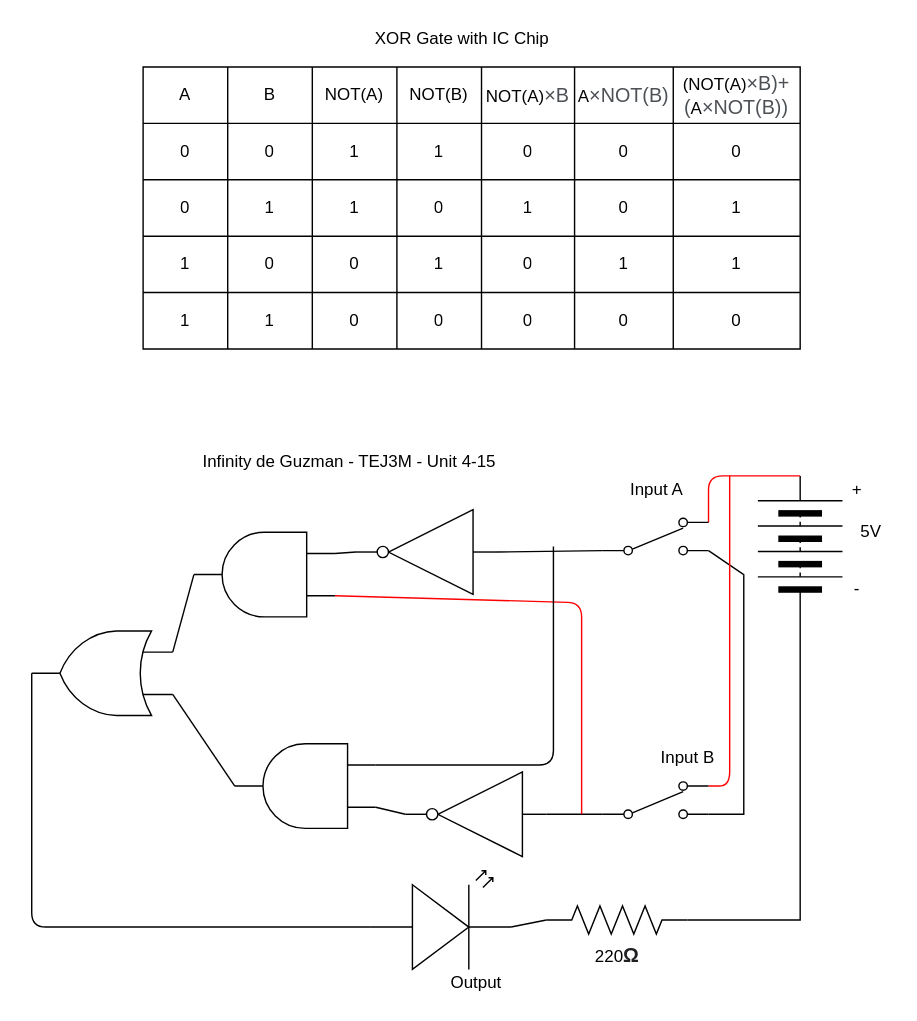
The draw.io diagram Unit4-15/Unit4-15.drawio in Infinity-deGuzman/TEJ3M-Unit-4, before the edit. Source tidied: cells renumbered, new cells numbered last; positions are measured from the earlier drawing's top-left corner, leaving out a move shared by most shapes. Both pictures are drawn from the tidied source at 141%, with x=0, y=0 at pixel (31, 24).
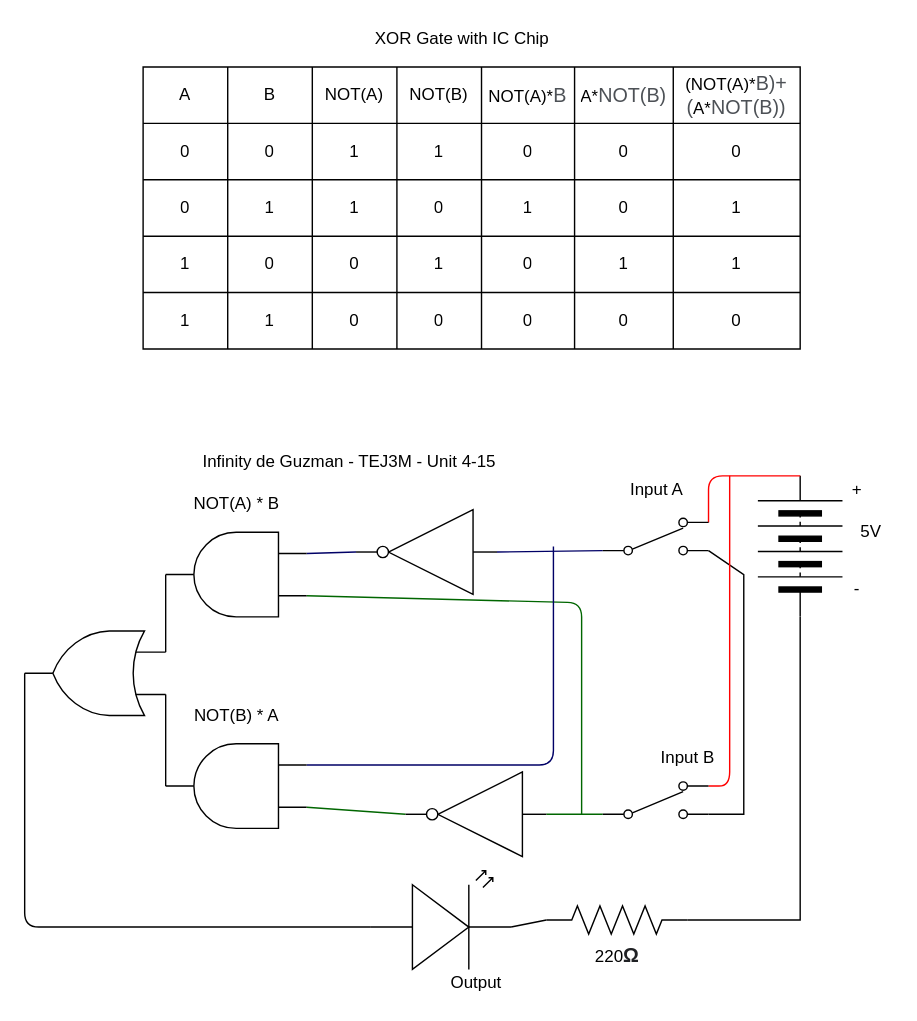
After the change.

The change refers to these unchanged cells:
```xml
<mxCell id="13" style="verticalLabelPosition=bottom;shadow=0;dashed=0;align=center;html=1;verticalAlign=top;shape=mxgraph.electrical.electro-mechanical.2-way_switch;rotation=0;" parent="1" vertex="1">
  <mxGeometry x="405" y="350" width="75" height="26" as="geometry" />
</mxCell>
<mxCell id="15" style="verticalLabelPosition=bottom;shadow=0;dashed=0;align=center;html=1;verticalAlign=top;shape=mxgraph.electrical.opto_electronics.led_2;rotation=0;" parent="1" vertex="1">
  <mxGeometry x="240" y="600" width="100" height="70" as="geometry" />
</mxCell>
<mxCell id="20" style="verticalLabelPosition=bottom;shadow=0;dashed=0;align=center;html=1;verticalAlign=top;shape=mxgraph.electrical.electro-mechanical.2-way_switch;rotation=0;" parent="1" vertex="1">
  <mxGeometry x="405" y="537" width="75" height="26" as="geometry" />
</mxCell>
<mxCell id="24" style="shape=partialRectangle;fillColor=none;top=0;left=0;bottom=0;right=0;" parent="23" vertex="1">
  <mxGeometry width="466" height="40" as="geometry" />
</mxCell>
<mxCell id="68" style="verticalLabelPosition=bottom;shadow=0;dashed=0;align=center;html=1;verticalAlign=top;shape=mxgraph.electrical.logic_gates.inverter_2;rotation=-180;" parent="1" vertex="1">
  <mxGeometry x="230" y="344" width="100" height="60" as="geometry" />
</mxCell>
<mxCell id="69" style="verticalLabelPosition=bottom;shadow=0;dashed=0;align=center;html=1;verticalAlign=top;shape=mxgraph.electrical.logic_gates.inverter_2;rotation=-180;" parent="1" vertex="1">
  <mxGeometry x="265" y="530" width="100" height="60" as="geometry" />
</mxCell>
```

Diff of the diagram source:
```diff
@@
-    <mxCell id="12" style="edgeStyle=none;html=1;exitX=0;exitY=0.885;exitDx=0;exitDy=0;exitPerimeter=0;entryX=0;entryY=0.5;entryDx=0;entryDy=0;entryPerimeter=0;endArrow=none;endFill=0;" parent="1" edge="1" source="13" target="68">
+    <mxCell id="12" style="edgeStyle=none;html=1;exitX=0;exitY=0.885;exitDx=0;exitDy=0;exitPerimeter=0;entryX=0;entryY=0.5;entryDx=0;entryDy=0;entryPerimeter=0;endArrow=none;endFill=0;strokeColor=#000066;" parent="1" edge="1" source="13" target="68">
       <mxGeometry relative="1" as="geometry" />
     </mxCell>
@@
-    <mxCell id="19" style="edgeStyle=none;html=1;exitX=0;exitY=0.885;exitDx=0;exitDy=0;exitPerimeter=0;entryX=0;entryY=0.5;entryDx=0;entryDy=0;entryPerimeter=0;endArrow=none;endFill=0;" parent="1" edge="1" source="20" target="69">
+    <mxCell id="19" style="edgeStyle=none;html=1;exitX=0;exitY=0.885;exitDx=0;exitDy=0;exitPerimeter=0;entryX=0;entryY=0.5;entryDx=0;entryDy=0;entryPerimeter=0;endArrow=none;endFill=0;strokeColor=#006600;" parent="1" edge="1" source="20" target="69">
       <mxGeometry relative="1" as="geometry" />
     </mxCell>
@@
-    <mxCell id="29" value="NOT(A)&lt;span style=&quot;color: rgb(77 , 81 , 86) ; font-family: &amp;#34;arial&amp;#34; , sans-serif ; font-size: 14px ; text-align: left ; background-color: rgb(255 , 255 , 255)&quot;&gt;×B&lt;/span&gt;" style="shape=partialRectangle;html=1;whiteSpace=wrap;overflow=hidden;fillColor=none;top=0;left=0;bottom=0;right=0;" parent="24" vertex="1">
+    <mxCell id="29" value="NOT(A)*&lt;span style=&quot;color: rgb(77 , 81 , 86) ; font-family: &amp;#34;arial&amp;#34; , sans-serif ; font-size: 14px ; text-align: left ; background-color: rgb(255 , 255 , 255)&quot;&gt;B&lt;/span&gt;" style="shape=partialRectangle;html=1;whiteSpace=wrap;overflow=hidden;fillColor=none;top=0;left=0;bottom=0;right=0;" parent="24" vertex="1">
       <mxGeometry x="240" width="66" height="40" as="geometry" />
     </mxCell>
-    <mxCell id="30" value="A&lt;span style=&quot;color: rgb(77 , 81 , 86) ; font-family: &amp;#34;arial&amp;#34; , sans-serif ; font-size: 14px ; text-align: left ; background-color: rgb(255 , 255 , 255)&quot;&gt;×NOT(B)&lt;/span&gt;" style="shape=partialRectangle;html=1;whiteSpace=wrap;overflow=hidden;fillColor=none;top=0;left=0;bottom=0;right=0;" parent="24" vertex="1">
+    <mxCell id="30" value="A*&lt;span style=&quot;color: rgb(77 , 81 , 86) ; font-family: &amp;#34;arial&amp;#34; , sans-serif ; font-size: 14px ; text-align: left ; background-color: rgb(255 , 255 , 255)&quot;&gt;NOT(B)&lt;/span&gt;" style="shape=partialRectangle;html=1;whiteSpace=wrap;overflow=hidden;fillColor=none;top=0;left=0;bottom=0;right=0;" parent="24" vertex="1">
       <mxGeometry x="306" width="70" height="40" as="geometry" />
     </mxCell>
-    <mxCell id="31" value="(NOT(A)&lt;span style=&quot;color: rgb(77 , 81 , 86) ; font-family: &amp;#34;arial&amp;#34; , sans-serif ; font-size: 14px ; text-align: left ; background-color: rgb(255 , 255 , 255)&quot;&gt;×B)+(&lt;/span&gt;A&lt;span style=&quot;color: rgb(77 , 81 , 86) ; font-family: &amp;#34;arial&amp;#34; , sans-serif ; font-size: 14px ; text-align: left ; background-color: rgb(255 , 255 , 255)&quot;&gt;×NOT(B))&lt;/span&gt;" style="shape=partialRectangle;html=1;whiteSpace=wrap;overflow=hidden;fillColor=none;top=0;left=0;bottom=0;right=0;" parent="24" vertex="1">
+    <mxCell id="31" value="(NOT(A)*&lt;span style=&quot;color: rgb(77 , 81 , 86) ; font-family: &amp;#34;arial&amp;#34; , sans-serif ; font-size: 14px ; text-align: left ; background-color: rgb(255 , 255 , 255)&quot;&gt;B)+(&lt;/span&gt;A*&lt;span style=&quot;color: rgb(77 , 81 , 86) ; font-family: &amp;#34;arial&amp;#34; , sans-serif ; font-size: 14px ; text-align: left ; background-color: rgb(255 , 255 , 255)&quot;&gt;NOT(B))&lt;/span&gt;" style="shape=partialRectangle;html=1;whiteSpace=wrap;overflow=hidden;fillColor=none;top=0;left=0;bottom=0;right=0;" parent="24" vertex="1">
       <mxGeometry x="376" width="90" height="40" as="geometry" />
     </mxCell>
@@
-    <mxCell id="64" style="edgeStyle=none;html=1;exitX=0;exitY=0.75;exitDx=0;exitDy=0;exitPerimeter=0;endArrow=none;endFill=0;strokeColor=#FF0000;" parent="1" edge="1" source="67">
+    <mxCell id="64" style="edgeStyle=none;html=1;exitX=0;exitY=0.75;exitDx=0;exitDy=0;exitPerimeter=0;endArrow=none;endFill=0;strokeColor=#006600;" parent="1" edge="1" source="67">
       <mxGeometry relative="1" as="geometry">
         <mxPoint x="390" y="560" as="targetPoint" />
         <Array as="points">
           <mxPoint x="390" y="410" />
         </Array>
       </mxGeometry>
     </mxCell>
-    <mxCell id="65" style="edgeStyle=none;html=1;exitX=0;exitY=0.25;exitDx=0;exitDy=0;exitPerimeter=0;entryX=1;entryY=0.5;entryDx=0;entryDy=0;entryPerimeter=0;endArrow=none;endFill=0;strokeColor=#000000;" parent="1" edge="1" source="67" target="68">
+    <mxCell id="65" style="edgeStyle=none;html=1;exitX=0;exitY=0.25;exitDx=0;exitDy=0;exitPerimeter=0;entryX=1;entryY=0.5;entryDx=0;entryDy=0;entryPerimeter=0;endArrow=none;endFill=0;strokeColor=#000066;" parent="1" edge="1" source="67" target="68">
       <mxGeometry relative="1" as="geometry" />
     </mxCell>
@@
     <mxCell id="67" style="verticalLabelPosition=bottom;shadow=0;dashed=0;align=center;html=1;verticalAlign=top;shape=mxgraph.electrical.logic_gates.logic_gate;operation=and;flipH=1;" parent="1" vertex="1">
-      <mxGeometry x="115" y="360" width="100" height="60" as="geometry" />
+      <mxGeometry x="95" y="360" width="100" height="60" as="geometry" />
     </mxCell>
@@
-    <mxCell id="70" style="edgeStyle=none;html=1;exitX=0;exitY=0.75;exitDx=0;exitDy=0;exitPerimeter=0;entryX=1;entryY=0.5;entryDx=0;entryDy=0;entryPerimeter=0;endArrow=none;endFill=0;strokeColor=#000000;" parent="1" edge="1" source="73" target="69">
+    <mxCell id="70" style="edgeStyle=none;html=1;exitX=0;exitY=0.75;exitDx=0;exitDy=0;exitPerimeter=0;entryX=1;entryY=0.5;entryDx=0;entryDy=0;entryPerimeter=0;endArrow=none;endFill=0;strokeColor=#006600;" parent="1" edge="1" source="73" target="69">
       <mxGeometry relative="1" as="geometry" />
     </mxCell>
-    <mxCell id="71" style="edgeStyle=none;html=1;exitX=0;exitY=0.25;exitDx=0;exitDy=0;exitPerimeter=0;endArrow=none;endFill=0;strokeColor=#000000;" parent="1" edge="1" source="73">
+    <mxCell id="71" style="edgeStyle=none;html=1;exitX=0;exitY=0.25;exitDx=0;exitDy=0;exitPerimeter=0;endArrow=none;endFill=0;strokeColor=#000066;" parent="1" edge="1" source="73">
       <mxGeometry relative="1" as="geometry">
         <mxPoint x="370" y="370" as="targetPoint" />
         <Array as="points">
           <mxPoint x="370" y="525" />
+          <mxPoint x="370" y="470" />
         </Array>
       </mxGeometry>
     </mxCell>
@@
     <mxCell id="73" style="verticalLabelPosition=bottom;shadow=0;dashed=0;align=center;html=1;verticalAlign=top;shape=mxgraph.electrical.logic_gates.logic_gate;operation=and;flipH=1;" parent="1" vertex="1">
-      <mxGeometry x="144" y="510" width="100" height="60" as="geometry" />
+      <mxGeometry x="95" y="510" width="100" height="60" as="geometry" />
     </mxCell>
     <mxCell id="74" style="edgeStyle=none;html=1;exitX=1;exitY=0.5;exitDx=0;exitDy=0;exitPerimeter=0;entryX=0;entryY=0.57;entryDx=0;entryDy=0;entryPerimeter=0;endArrow=none;endFill=0;strokeColor=#000000;" parent="1" edge="1" source="75" target="15">
       <mxGeometry relative="1" as="geometry">
         <Array as="points">
-          <mxPoint y="640" />
+          <mxPoint x="-5" y="640" />
         </Array>
       </mxGeometry>
     </mxCell>
     <mxCell id="75" style="verticalLabelPosition=bottom;shadow=0;dashed=0;align=center;html=1;verticalAlign=top;shape=mxgraph.electrical.logic_gates.logic_gate;operation=or;rotation=-180;" parent="1" vertex="1">
-      <mxGeometry y="430" width="100" height="60" as="geometry" />
+      <mxGeometry x="-5" y="430" width="100" height="60" as="geometry" />
     </mxCell>
+    <mxCell id="76" value="NOT(A) * B" style="text;html=1;align=center;verticalAlign=middle;strokeColor=none;fillColor=none;" parent="1" vertex="1">
+      <mxGeometry x="105" y="330" width="80" height="20" as="geometry" />
+    </mxCell>
+    <mxCell id="77" value="NOT(B) * A" style="text;html=1;align=center;verticalAlign=middle;strokeColor=none;fillColor=none;" parent="1" vertex="1">
+      <mxGeometry x="110" y="480" width="70" height="20" as="geometry" />
+    </mxCell>
```
